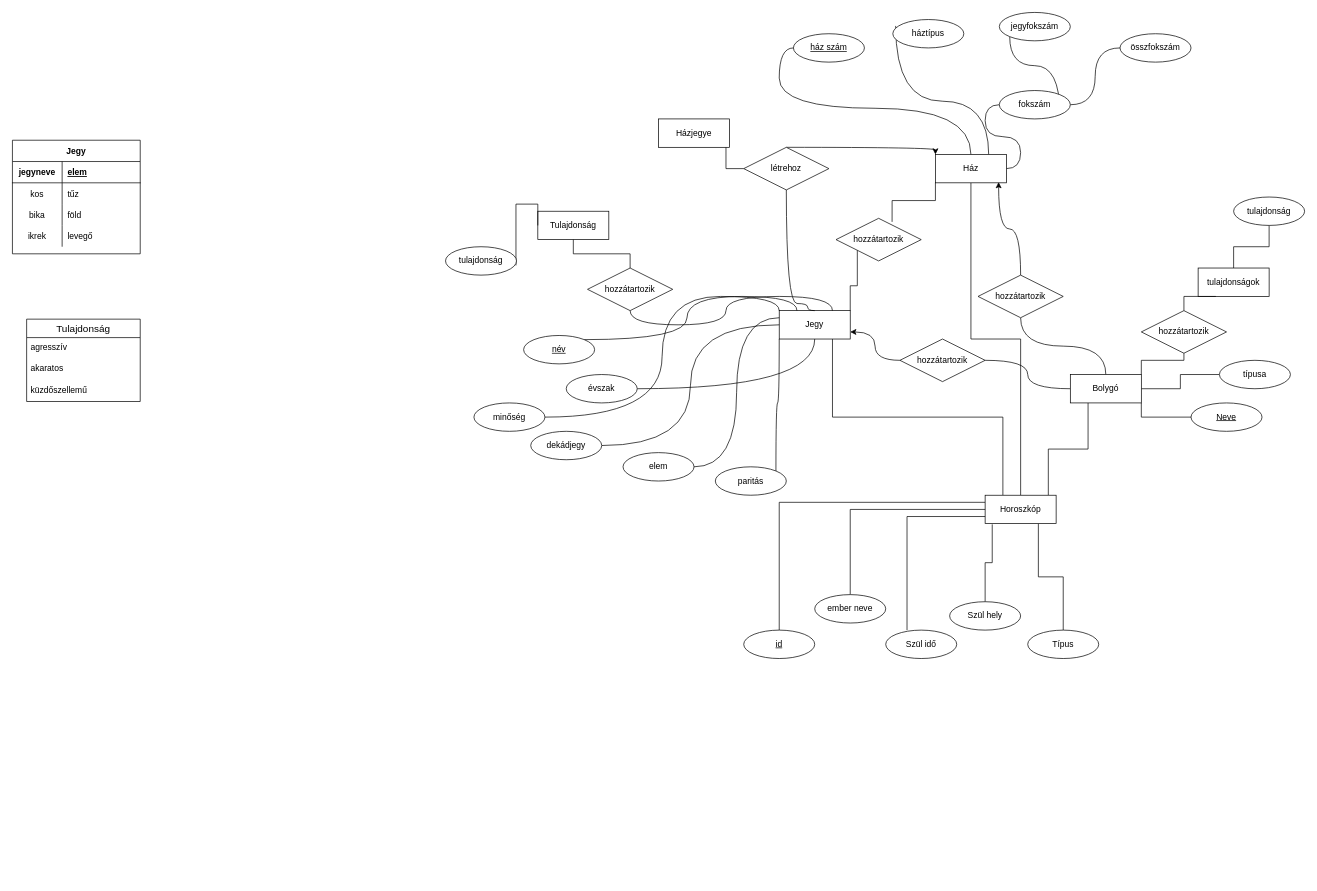
molnaredom/asztro keeps this draw.io diagram as asztro projekt/Untitled Diagram.drawio. Above is the earlier version. Source tidied: cells renumbered, new cells numbered last; positions are measured from the earlier drawing's top-left corner, leaving out a move shared by most shapes. Both pictures are drawn from the tidied source at 71%, with x=0, y=0 at pixel (12, 12).
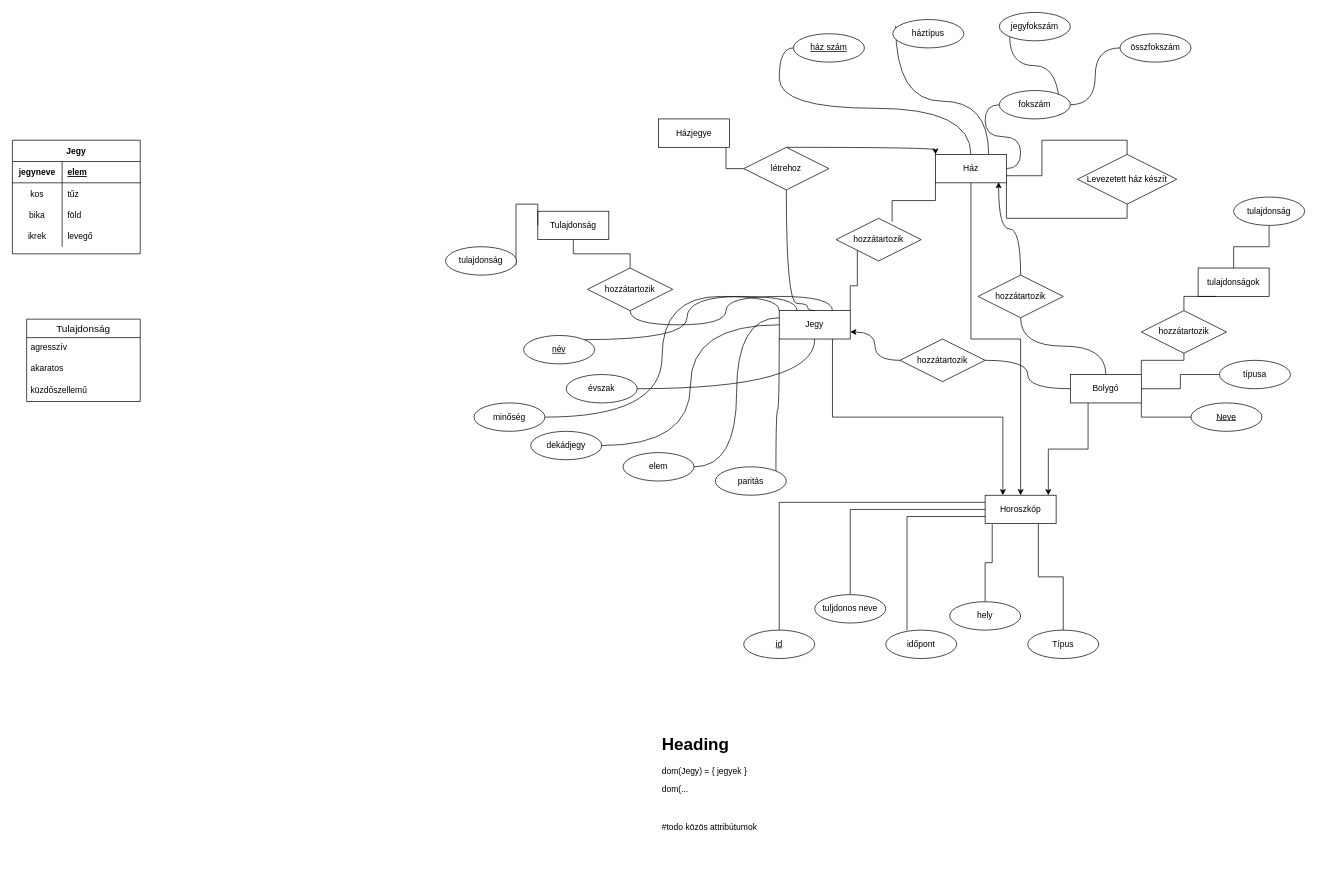
The same page after the edit.

The change refers to these unchanged cells:
```xml
<mxCell id="4" value="Jegy" style="whiteSpace=wrap;html=1;align=center;" parent="1" vertex="1">
  <mxGeometry x="1080" y="420" width="100" height="40" as="geometry" />
</mxCell>
<mxCell id="12" value="paritás" style="ellipse;whiteSpace=wrap;html=1;align=center;" parent="1" vertex="1">
  <mxGeometry x="990" y="640" width="100" height="40" as="geometry" />
</mxCell>
<mxCell id="23" value="Ház" style="whiteSpace=wrap;html=1;align=center;" parent="1" vertex="1">
  <mxGeometry x="1300" y="200" width="100" height="40" as="geometry" />
</mxCell>
<mxCell id="42" value="Bolygó" style="whiteSpace=wrap;html=1;align=center;" parent="1" vertex="1">
  <mxGeometry x="1490" y="510" width="100" height="40" as="geometry" />
</mxCell>
<mxCell id="48" value="Horoszkóp" style="whiteSpace=wrap;html=1;align=center;" parent="1" vertex="1">
  <mxGeometry x="1370" y="680" width="100" height="40" as="geometry" />
</mxCell>
```

Diff of the diagram source:
```diff
@@
-    <mxCell id="2" style="edgeStyle=orthogonalEdgeStyle;rounded=0;jettySize=auto;html=1;exitX=0.75;exitY=1;exitDx=0;exitDy=0;entryX=0.25;entryY=0;entryDx=0;entryDy=0;endArrow=none;endFill=0;" parent="1" edge="1" source="4" target="48">
+    <mxCell id="2" style="edgeStyle=orthogonalEdgeStyle;rounded=0;jettySize=auto;html=1;exitX=0.75;exitY=1;exitDx=0;exitDy=0;entryX=0.25;entryY=0;entryDx=0;entryDy=0;endArrow=classic;endFill=1;" parent="1" edge="1" source="4" target="48">
       <mxGeometry relative="1" as="geometry" />
     </mxCell>
@@
     <mxCell id="11" style="edgeStyle=orthogonalEdgeStyle;rounded=0;jettySize=auto;html=1;exitX=1;exitY=0;exitDx=0;exitDy=0;entryX=0;entryY=1;entryDx=0;entryDy=0;endArrow=none;endFill=0;curved=1;" parent="1" edge="1" source="12" target="4">
-      <mxGeometry relative="1" as="geometry" />
+      <mxGeometry relative="1" as="geometry">
+        <Array as="points">
+          <mxPoint x="1075" y="560" />
+          <mxPoint x="1080" y="560" />
+        </Array>
+      </mxGeometry>
     </mxCell>
@@
-    <mxCell id="21" style="edgeStyle=orthogonalEdgeStyle;rounded=0;jettySize=auto;html=1;exitX=0.5;exitY=1;exitDx=0;exitDy=0;entryX=0.5;entryY=0;entryDx=0;entryDy=0;endArrow=none;endFill=0;" parent="1" edge="1" source="23" target="48">
+    <mxCell id="21" style="edgeStyle=orthogonalEdgeStyle;rounded=0;jettySize=auto;html=1;exitX=0.5;exitY=1;exitDx=0;exitDy=0;entryX=0.5;entryY=0;entryDx=0;entryDy=0;endArrow=classic;endFill=1;startArrow=none;startFill=0;" parent="1" edge="1" source="23" target="48">
       <mxGeometry relative="1" as="geometry" />
     </mxCell>
@@
+    <mxCell id="88" style="edgeStyle=orthogonalEdgeStyle;rounded=0;jettySize=auto;html=1;exitX=1;exitY=1;exitDx=0;exitDy=0;entryX=0.5;entryY=1;entryDx=0;entryDy=0;endArrow=none;endFill=0;" parent="1" edge="1" source="23" target="90">
+      <mxGeometry relative="1" as="geometry" />
+    </mxCell>
@@
-    <mxCell id="38" style="edgeStyle=orthogonalEdgeStyle;rounded=0;jettySize=auto;html=1;exitX=0.25;exitY=1;exitDx=0;exitDy=0;entryX=0.89;entryY=0;entryDx=0;entryDy=0;entryPerimeter=0;endArrow=none;endFill=0;" parent="1" edge="1" source="42" target="48">
+    <mxCell id="38" style="edgeStyle=orthogonalEdgeStyle;rounded=0;jettySize=auto;html=1;exitX=0.25;exitY=1;exitDx=0;exitDy=0;entryX=0.89;entryY=0;entryDx=0;entryDy=0;entryPerimeter=0;endArrow=classic;endFill=1;" parent="1" edge="1" source="42" target="48">
       <mxGeometry relative="1" as="geometry" />
     </mxCell>
@@
-    <mxCell id="73" value="ember neve" style="ellipse;whiteSpace=wrap;html=1;align=center;strokeWidth=1;" parent="1" vertex="1">
+    <mxCell id="73" value="tuljdonos neve" style="ellipse;whiteSpace=wrap;html=1;align=center;strokeWidth=1;" parent="1" vertex="1">
       <mxGeometry x="1130" y="820" width="100" height="40" as="geometry" />
     </mxCell>
@@
-    <mxCell id="75" value="Szül idő" style="ellipse;whiteSpace=wrap;html=1;align=center;strokeWidth=1;" parent="1" vertex="1">
+    <mxCell id="75" value="időpont" style="ellipse;whiteSpace=wrap;html=1;align=center;strokeWidth=1;" parent="1" vertex="1">
       <mxGeometry x="1230" y="870" width="100" height="40" as="geometry" />
     </mxCell>
@@
-    <mxCell id="77" value="Szül hely" style="ellipse;whiteSpace=wrap;html=1;align=center;strokeWidth=1;" parent="1" vertex="1">
+    <mxCell id="77" value="hely" style="ellipse;whiteSpace=wrap;html=1;align=center;strokeWidth=1;" parent="1" vertex="1">
       <mxGeometry x="1320" y="830" width="100" height="40" as="geometry" />
     </mxCell>
@@
+    <mxCell id="89" style="edgeStyle=orthogonalEdgeStyle;rounded=0;jettySize=auto;html=1;exitX=0.5;exitY=0;exitDx=0;exitDy=0;entryX=1;entryY=0.75;entryDx=0;entryDy=0;endArrow=none;endFill=0;" parent="1" edge="1" source="90" target="23">
+      <mxGeometry relative="1" as="geometry" />
+    </mxCell>
+    <mxCell id="90" value="Levezetett ház készít" style="shape=rhombus;perimeter=rhombusPerimeter;whiteSpace=wrap;html=1;align=center;" parent="1" vertex="1">
+      <mxGeometry x="1500" y="200" width="140" height="70" as="geometry" />
+    </mxCell>
+    <mxCell id="91" value="&lt;h1&gt;Heading&lt;/h1&gt;&lt;p&gt;dom(Jegy) = { jegyek }&lt;/p&gt;&lt;p&gt;dom(...&lt;/p&gt;&lt;p&gt;&lt;br&gt;&lt;/p&gt;&lt;p&gt;#todo közös attribútumok&lt;br&gt;&lt;/p&gt;" style="text;html=1;strokeColor=none;fillColor=none;spacing=5;spacingTop=-20;whiteSpace=wrap;overflow=hidden;rounded=0;" parent="1" vertex="1">
+      <mxGeometry x="910" y="1011" width="190" height="209" as="geometry" />
+    </mxCell>
```
